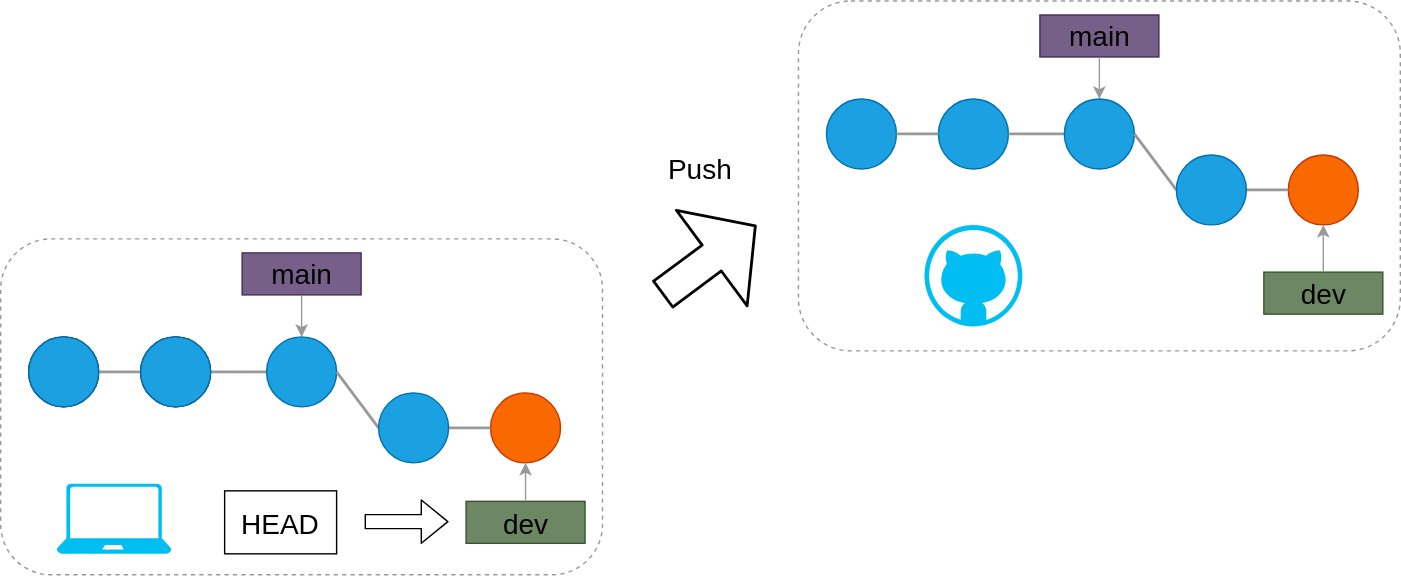
Above: public/drawio/wf_push.svg in kazuyanagimoto/github-workshop2022 (draw.io), before the change. Source tidied: cells renumbered, new cells last; positions are measured from the earlier drawing's top-left corner, leaving out a move shared by most shapes.
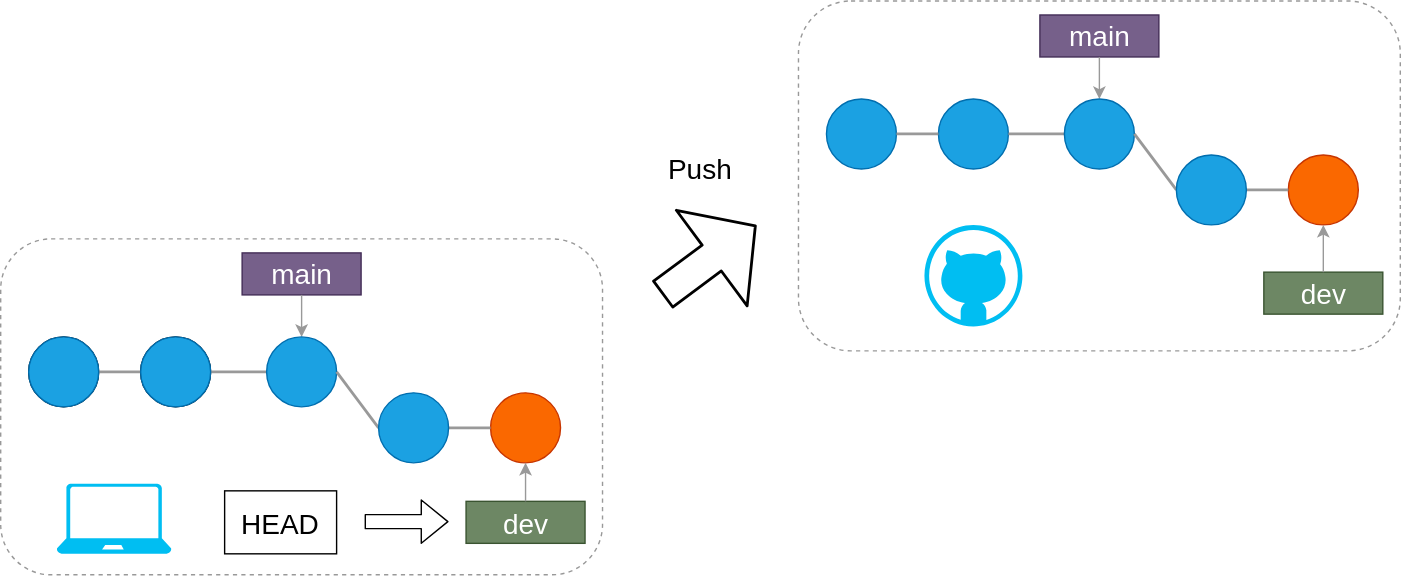
The same file after the commit.

The edit, as a diff of the source:
```diff
@@ -20,7 +20,7 @@
     <mxCell id="7" style="verticalLabelPosition=bottom;html=1;verticalAlign=top;align=center;strokeColor=none;fillColor=#00BEF2;shape=mxgraph.azure.laptop;fontSize=15;" parent="1" vertex="1">
       <mxGeometry x="40" y="345" width="82" height="50" as="geometry" />
     </mxCell>
-    <mxCell id="8" value="main" style="rounded=1;whiteSpace=wrap;html=1;fillColor=#76608a;strokeColor=#432D57;fontColor=#000000;fontSize=20;arcSize=0;" parent="1" vertex="1">
+    <mxCell id="8" value="main" style="rounded=1;whiteSpace=wrap;html=1;fillColor=#76608a;strokeColor=#432D57;fontColor=#ffffff;fontSize=20;arcSize=0;" parent="1" vertex="1">
       <mxGeometry x="172.5" y="180" width="85" height="30" as="geometry" />
     </mxCell>
     <mxCell id="9" style="endArrow=classic;html=1;fontSize=20;exitX=0.5;exitY=1;exitDx=0;exitDy=0;entryX=0.5;entryY=0;entryDx=0;entryDy=0;strokeColor=#999999;" parent="1" edge="1" source="8">
@@ -39,7 +39,7 @@
         <mxPoint x="290" y="305" as="targetPoint" />
       </mxGeometry>
     </mxCell>
-    <mxCell id="13" value="dev" style="rounded=1;whiteSpace=wrap;html=1;fillColor=#6d8764;strokeColor=#3A5431;fontColor=#000000;fontSize=20;arcSize=0;" parent="1" vertex="1">
+    <mxCell id="13" value="&lt;font color=&quot;#ffffff&quot;&gt;dev&lt;/font&gt;" style="rounded=1;whiteSpace=wrap;html=1;fillColor=#6d8764;strokeColor=#3A5431;fontColor=#000000;fontSize=20;arcSize=0;" parent="1" vertex="1">
       <mxGeometry x="332.5" y="357.5" width="85" height="30" as="geometry" />
     </mxCell>
     <mxCell id="14" style="endArrow=classic;html=1;fontSize=20;exitX=0.5;exitY=0;exitDx=0;exitDy=0;strokeColor=#999999;entryX=0.5;entryY=1;entryDx=0;entryDy=0;" parent="1" edge="1" source="13" target="4">
@@ -75,7 +75,7 @@
     <mxCell id="23" style="endArrow=none;html=1;entryX=0;entryY=0.5;entryDx=0;entryDy=0;exitX=1;exitY=0.5;exitDx=0;exitDy=0;strokeColor=#999999;strokeWidth=2;" parent="1" edge="1" source="20" target="27">
       <mxGeometry relative="1" as="geometry" />
     </mxCell>
-    <mxCell id="24" value="main" style="rounded=1;whiteSpace=wrap;html=1;fillColor=#76608a;strokeColor=#432D57;fontColor=#000000;fontSize=20;arcSize=0;" parent="1" vertex="1">
+    <mxCell id="24" value="main" style="rounded=1;whiteSpace=wrap;html=1;fillColor=#76608a;strokeColor=#432D57;fontColor=#ffffff;fontSize=20;arcSize=0;" parent="1" vertex="1">
       <mxGeometry x="742.5" y="10" width="85" height="30" as="geometry" />
     </mxCell>
     <mxCell id="25" style="endArrow=classic;html=1;fontSize=20;exitX=0.5;exitY=1;exitDx=0;exitDy=0;entryX=0.5;entryY=0;entryDx=0;entryDy=0;strokeColor=#999999;" parent="1" edge="1" source="24">
@@ -94,7 +94,7 @@
         <mxPoint x="860" y="135" as="targetPoint" />
       </mxGeometry>
     </mxCell>
-    <mxCell id="29" value="dev" style="rounded=1;whiteSpace=wrap;html=1;fillColor=#6d8764;strokeColor=#3A5431;fontColor=#000000;fontSize=20;arcSize=0;" parent="1" vertex="1">
+    <mxCell id="29" value="&lt;font color=&quot;#ffffff&quot;&gt;dev&lt;/font&gt;" style="rounded=1;whiteSpace=wrap;html=1;fillColor=#6d8764;strokeColor=#3A5431;fontColor=#000000;fontSize=20;arcSize=0;" parent="1" vertex="1">
       <mxGeometry x="902.5" y="193.8" width="85" height="30" as="geometry" />
     </mxCell>
     <mxCell id="30" style="endArrow=classic;html=1;fontSize=20;exitX=0.5;exitY=0;exitDx=0;exitDy=0;strokeColor=#999999;entryX=0.5;entryY=1;entryDx=0;entryDy=0;" parent="1" edge="1" source="29" target="21">
```
